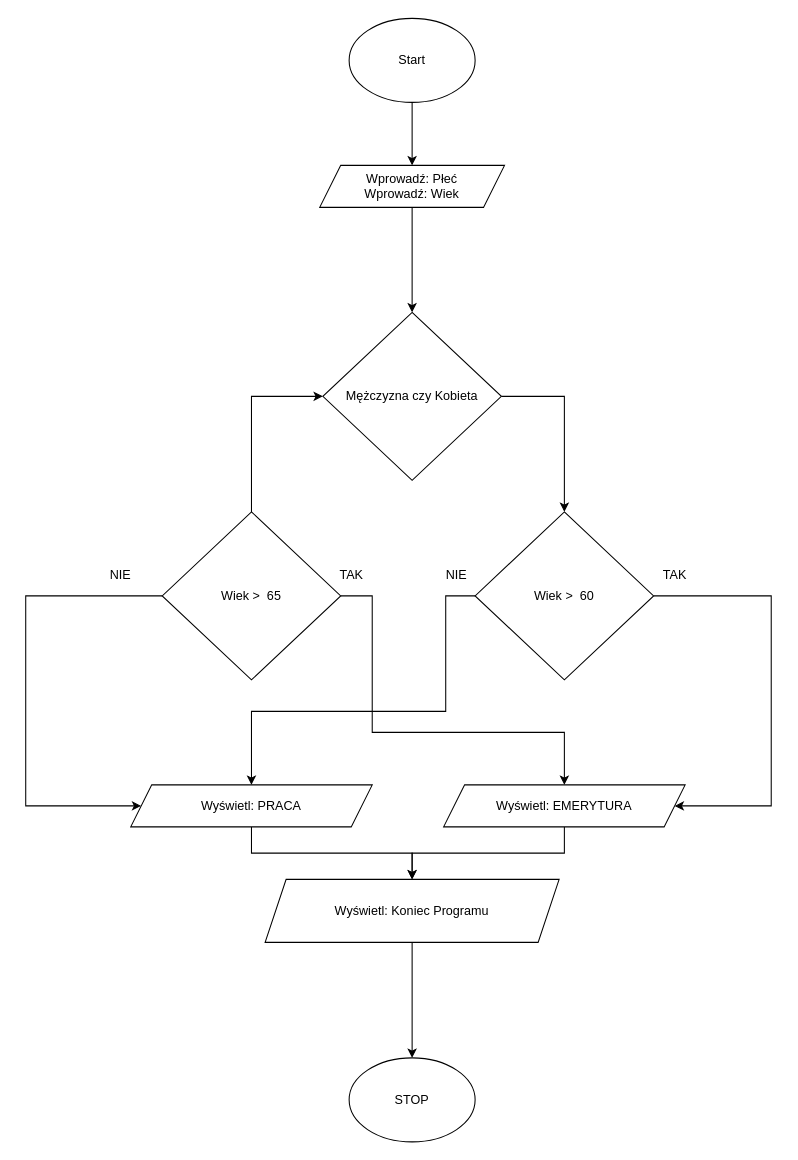
Above: Zajecia01-DrawIO/Zadanie C - warunki zagniezdzone.drawio in DariuszStudent/Jezyki-Skryptowe (draw.io), before the change. Source tidied: cells renumbered, new cells numbered last; positions are measured from the earlier drawing's top-left corner, leaving out a move shared by most shapes. Both pictures are drawn from the tidied source at 105%, with x=0, y=0 at pixel (25, 18).
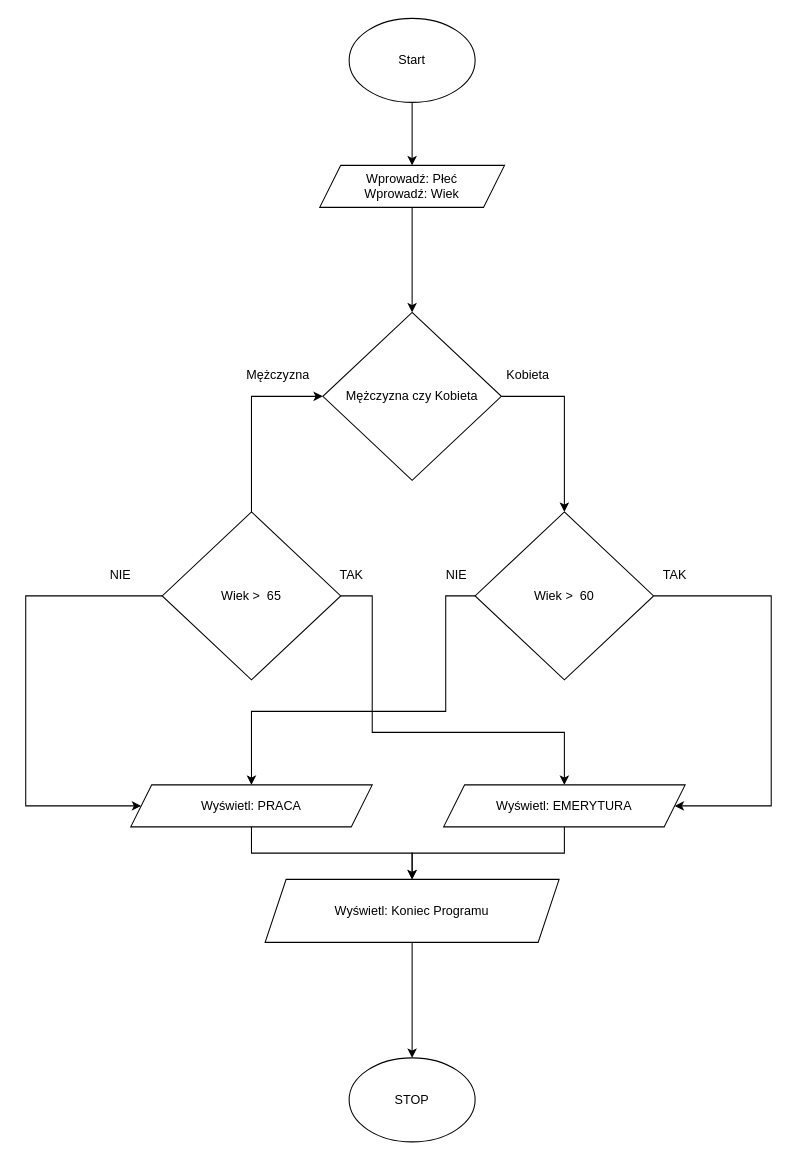
Above is the later version.

Commit message:
Male poprawki

What changed in the source:
```diff
@@
+    <mxCell id="26" value="Kobieta" style="text;html=1;align=center;verticalAlign=middle;strokeColor=none;fillColor=none;" parent="1" vertex="1">
+      <mxGeometry x="448" y="330" width="60" height="20" as="geometry" />
+    </mxCell>
+    <mxCell id="27" value="Mężczyzna" style="text;html=1;align=center;verticalAlign=middle;strokeColor=none;fillColor=none;" parent="1" vertex="1">
+      <mxGeometry x="200" y="330" width="80" height="20" as="geometry" />
+    </mxCell>
```
